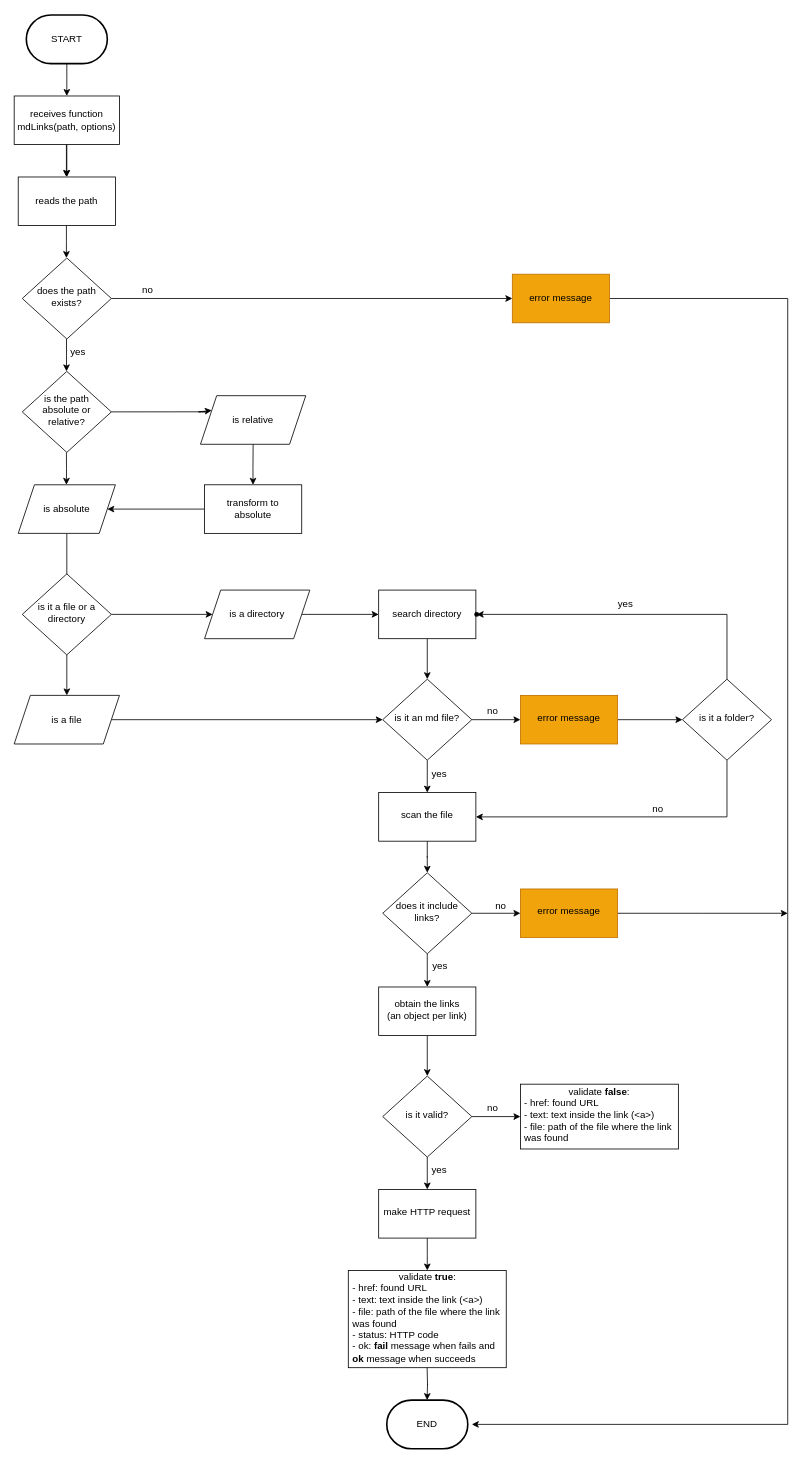
Earlier version of the draw.io diagram Diagrama sin título.drawio (Laboratoria/DEV001-md-links). Source tidied: cells renumbered, new cells numbered last; positions are measured from the earlier drawing's top-left corner, leaving out a move shared by most shapes. Both pictures are drawn from the tidied source at 81%, with x=0, y=0 at pixel (14, 15).
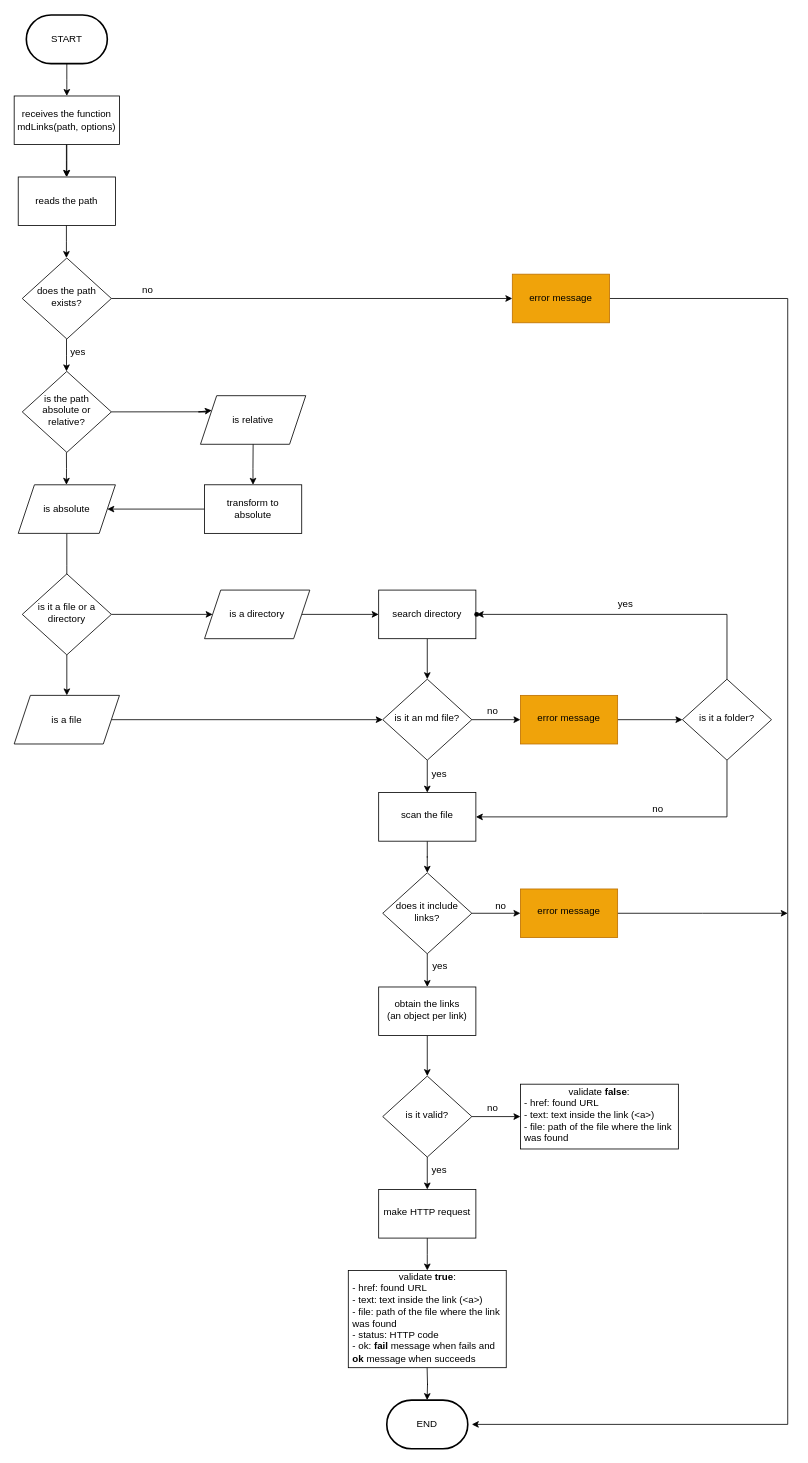
After the change.

Diff of the diagram source:
```diff
@@
-    <mxCell id="4" value="receives function&lt;br&gt;mdLinks(path, options)" style="rounded=0;whiteSpace=wrap;html=1;" parent="1" vertex="1">
+    <mxCell id="4" value="receives the function&lt;br&gt;mdLinks(path, options)" style="rounded=0;whiteSpace=wrap;html=1;" parent="1" vertex="1">
       <mxGeometry y="100" width="130" height="60" as="geometry" />
     </mxCell>
```
